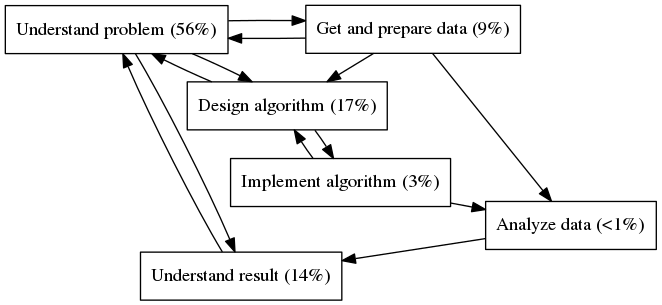
Earlier version of the Graphviz export work_process.png (jarrodmillman/irr-case-study). Its source is kept beside it as work_process.dot.
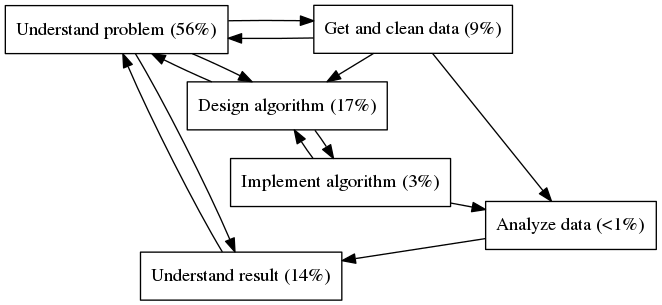
Later version of the same file.

Diff of the diagram source:
```diff
@@ -8,7 +8,7 @@
 		pos="-92.363,96.096",
 		width=1.7778];
 	2	 [height=0.5,
-		label="Get and prepare data (9%)",
+		label="Get and clean data (9%)",
 		pos="130,96.284",
 		width=1.1944];
 	1 -> 2;
```
